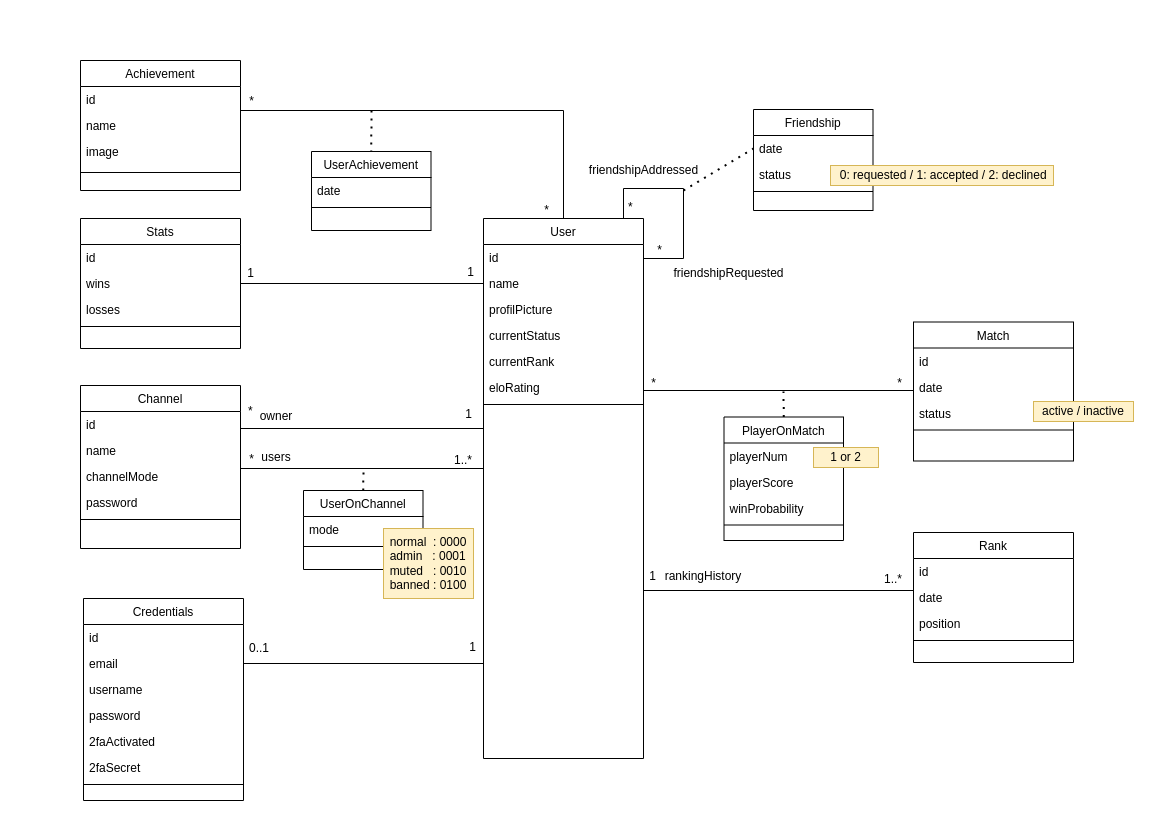
The draw.io diagram doc/datamodel.png in transcendence-42/ft_transcendence, before a commit. Source tidied: cells renumbered, new cells last; positions are measured from the earlier drawing's top-left corner, leaving out a move shared by most shapes.
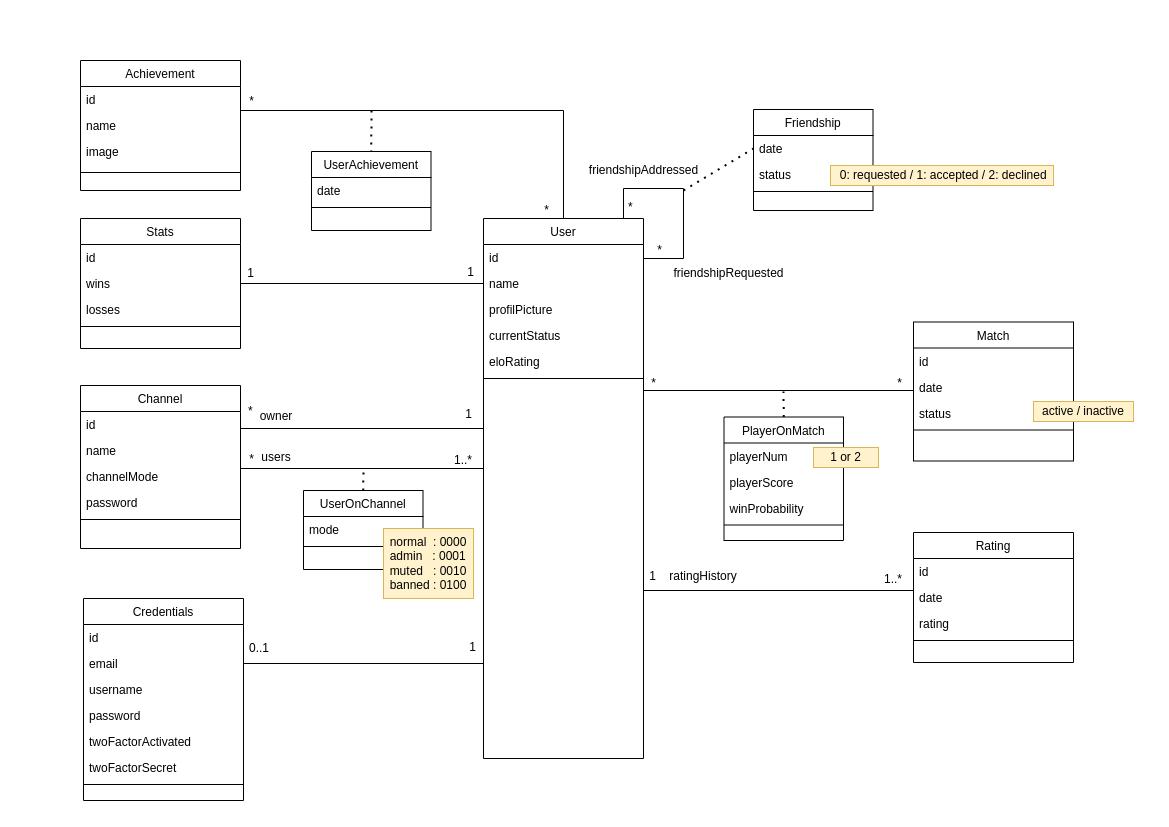
Later version of the same file.

The edit, as a diff of the source:
```diff
@@ -17,9 +17,6 @@
     <mxCell id="6" value="currentStatus" style="text;align=left;verticalAlign=top;spacingLeft=4;spacingRight=4;overflow=hidden;rounded=0;shadow=0;html=0;" parent="2" vertex="1">
       <mxGeometry y="104" width="160" height="26" as="geometry" />
     </mxCell>
-    <mxCell id="7" value="currentRank" style="text;align=left;verticalAlign=top;spacingLeft=4;spacingRight=4;overflow=hidden;rounded=0;shadow=0;html=0;" parent="2" vertex="1">
-      <mxGeometry y="130" width="160" height="26" as="geometry" />
-    </mxCell>
     <mxCell id="8" style="endArrow=none;shadow=0;strokeWidth=1;rounded=0;endFill=0;edgeStyle=orthogonalEdgeStyle;elbow=vertical;" parent="2" edge="1" source="2">
       <mxGeometry x="0.5" y="41" relative="1" as="geometry">
         <mxPoint x="160" y="60" as="targetPoint" />
@@ -43,10 +40,10 @@
       </mxGeometry>
     </mxCell>
     <mxCell id="11" value="eloRating" style="text;align=left;verticalAlign=top;spacingLeft=4;spacingRight=4;overflow=hidden;rounded=0;shadow=0;html=0;" parent="2" vertex="1">
-      <mxGeometry y="156" width="160" height="26" as="geometry" />
+      <mxGeometry y="130" width="160" height="26" as="geometry" />
     </mxCell>
     <mxCell id="12" style="line;html=1;strokeWidth=1;align=left;verticalAlign=middle;spacingTop=-1;spacingLeft=3;spacingRight=3;labelPosition=right;" parent="2" vertex="1">
-      <mxGeometry y="182" width="160" height="8" as="geometry" />
+      <mxGeometry y="156" width="160" height="8" as="geometry" />
     </mxCell>
     <mxCell id="13" value="Stats" style="swimlane;fontStyle=0;align=center;verticalAlign=top;horizontal=1;startSize=26;rounded=0;shadow=0;strokeWidth=1;" parent="1" vertex="1">
       <mxGeometry y="158" width="160" height="130" as="geometry" />
@@ -66,7 +63,7 @@
     <mxCell id="18" value="friendshipAddressed" style="text;html=1;strokeColor=none;fillColor=none;align=center;verticalAlign=middle;whiteSpace=wrap;rounded=0;" parent="1" vertex="1">
       <mxGeometry x="505" y="95" width="117" height="30" as="geometry" />
     </mxCell>
-    <mxCell id="19" value="Rank" style="swimlane;fontStyle=0;align=center;verticalAlign=top;horizontal=1;startSize=26;rounded=0;shadow=0;strokeWidth=1;" parent="1" vertex="1">
+    <mxCell id="19" value="Rating" style="swimlane;fontStyle=0;align=center;verticalAlign=top;horizontal=1;startSize=26;rounded=0;shadow=0;strokeWidth=1;" parent="1" vertex="1">
       <mxGeometry x="833" y="472" width="160" height="130" as="geometry" />
     </mxCell>
     <mxCell id="20" value="id" style="text;align=left;verticalAlign=top;spacingLeft=4;spacingRight=4;overflow=hidden;points=[[0,0.5],[1,0.5]];portConstraint=eastwest;" parent="19" vertex="1">
@@ -75,7 +72,7 @@
     <mxCell id="21" value="date" style="text;align=left;verticalAlign=top;spacingLeft=4;spacingRight=4;overflow=hidden;rounded=0;shadow=0;html=0;" parent="19" vertex="1">
       <mxGeometry y="52" width="160" height="26" as="geometry" />
     </mxCell>
-    <mxCell id="22" value="position" style="text;align=left;verticalAlign=top;spacingLeft=4;spacingRight=4;overflow=hidden;rounded=0;shadow=0;html=0;" parent="19" vertex="1">
+    <mxCell id="22" value="rating" style="text;align=left;verticalAlign=top;spacingLeft=4;spacingRight=4;overflow=hidden;rounded=0;shadow=0;html=0;" parent="19" vertex="1">
       <mxGeometry y="78" width="160" height="26" as="geometry" />
     </mxCell>
     <mxCell id="23" style="line;html=1;strokeWidth=1;align=left;verticalAlign=middle;spacingTop=-1;spacingLeft=3;spacingRight=3;labelPosition=right;" parent="19" vertex="1">
@@ -95,7 +92,7 @@
     <mxCell id="26" value="1" style="align=right;verticalAlign=bottom;labelBackgroundColor=none;fontSize=12;" parent="1" vertex="1">
       <mxGeometry x="577" y="524" as="geometry" />
     </mxCell>
-    <mxCell id="27" value="rankingHistory" style="text;html=1;strokeColor=none;fillColor=none;align=center;verticalAlign=middle;whiteSpace=wrap;rounded=0;" parent="1" vertex="1">
+    <mxCell id="27" value="ratingHistory" style="text;html=1;strokeColor=none;fillColor=none;align=center;verticalAlign=middle;whiteSpace=wrap;rounded=0;" parent="1" vertex="1">
       <mxGeometry x="583" y="501" width="80" height="30" as="geometry" />
     </mxCell>
     <mxCell id="28" style="endArrow=none;html=1;rounded=0;exitX=1;exitY=0.5;exitDx=0;exitDy=0;entryX=0;entryY=0.5;entryDx=0;entryDy=0;edgeStyle=orthogonalEdgeStyle;fillColor=#FF9999;" parent="1" edge="1" source="15" target="4">
@@ -186,10 +183,10 @@
     <mxCell id="51" value="password" style="text;align=left;verticalAlign=top;spacingLeft=4;spacingRight=4;overflow=hidden;rounded=0;shadow=0;html=0;" parent="47" vertex="1">
       <mxGeometry y="104" width="160" height="26" as="geometry" />
     </mxCell>
-    <mxCell id="52" value="2faActivated" style="text;align=left;verticalAlign=top;spacingLeft=4;spacingRight=4;overflow=hidden;rounded=0;shadow=0;html=0;" parent="47" vertex="1">
+    <mxCell id="52" value="twoFactorActivated" style="text;align=left;verticalAlign=top;spacingLeft=4;spacingRight=4;overflow=hidden;rounded=0;shadow=0;html=0;" parent="47" vertex="1">
       <mxGeometry y="130" width="160" height="26" as="geometry" />
     </mxCell>
-    <mxCell id="53" value="2faSecret" style="text;align=left;verticalAlign=top;spacingLeft=4;spacingRight=4;overflow=hidden;rounded=0;shadow=0;html=0;" parent="47" vertex="1">
+    <mxCell id="53" value="twoFactorSecret" style="text;align=left;verticalAlign=top;spacingLeft=4;spacingRight=4;overflow=hidden;rounded=0;shadow=0;html=0;" parent="47" vertex="1">
       <mxGeometry y="156" width="160" height="26" as="geometry" />
     </mxCell>
     <mxCell id="54" style="line;html=1;strokeWidth=1;align=left;verticalAlign=middle;spacingTop=-1;spacingLeft=3;spacingRight=3;labelPosition=right;" parent="47" vertex="1">
```
